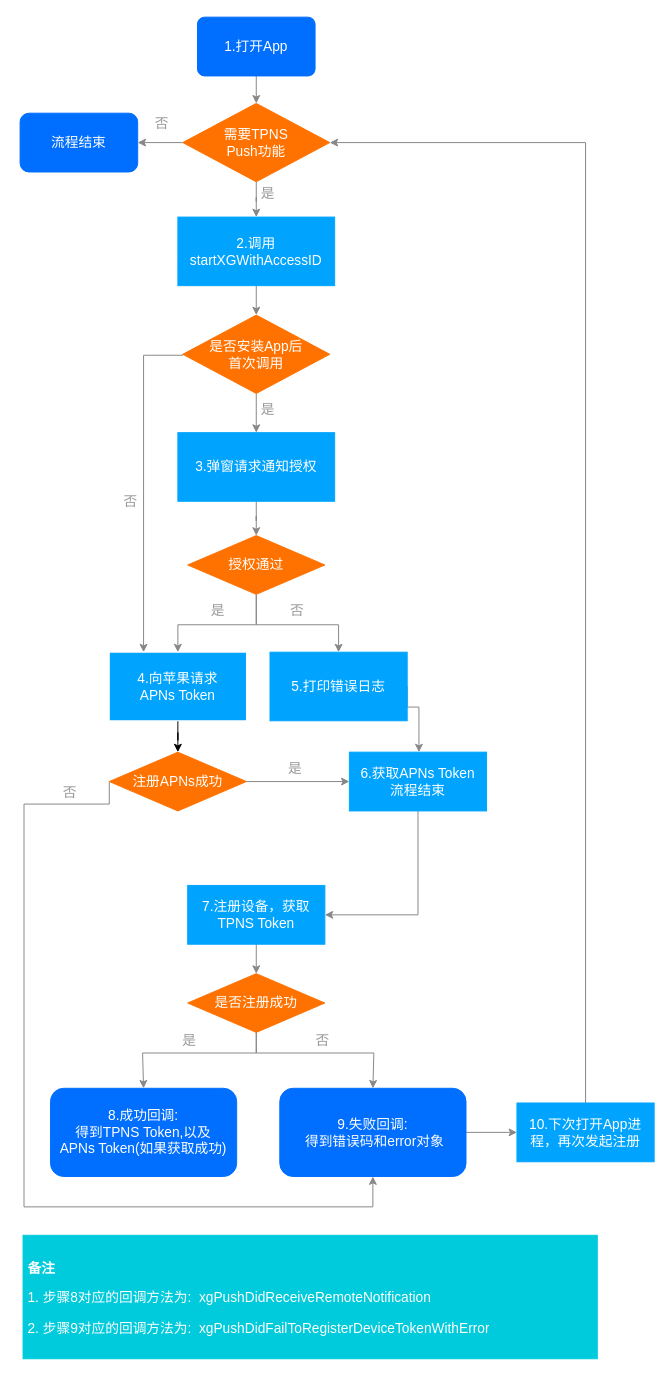
Above: register.drawio in muyanbiao/tpnsFlowChart (draw.io), before the change. Source tidied: cells renumbered, new cells numbered last; positions are measured from the earlier drawing's top-left corner, leaving out a move shared by most shapes. Both pictures are drawn from the tidied source at 98%, with x=0, y=0 at pixel (20, 17).
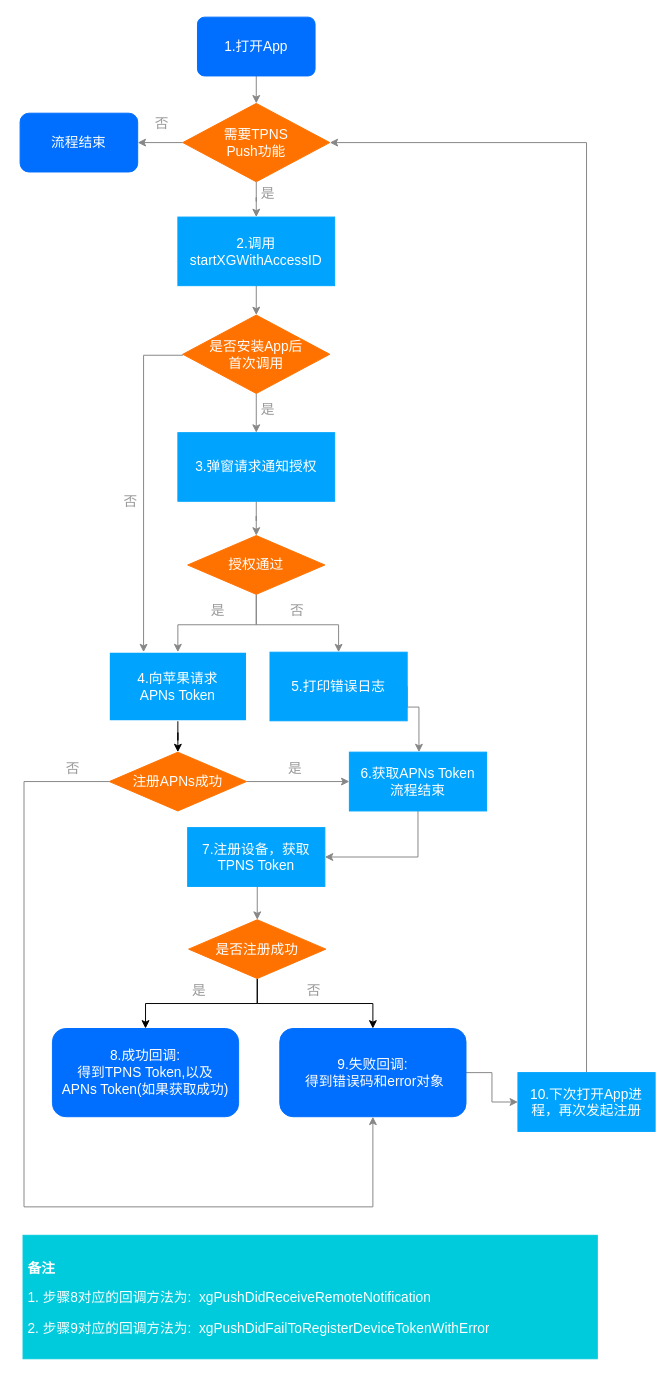
The same page after the edit.

Unchanged cells that the change refers to:
```xml
<mxCell id="42" value="注册APNs成功" style="rhombus;whiteSpace=wrap;html=1;fillColor=#FF7200;strokeColor=#FF7200;fontColor=#FFFFFF;fontSize=14;" parent="1" vertex="1">
  <mxGeometry x="91" y="750" width="140" height="60" as="geometry" />
</mxCell>
```

The edit, as a diff of the source:
```diff
@@
     <mxCell id="22" value="7.注册设备，获取&lt;br&gt;TPNS Token" style="rounded=0;whiteSpace=wrap;html=1;fillColor=#00A4FF;strokeColor=#00A4FF;fontColor=#FFFFFF;fontSize=14;" parent="1" vertex="1">
-      <mxGeometry x="171" y="886" width="140" height="60" as="geometry" />
+      <mxGeometry x="171" y="827" width="140" height="60" as="geometry" />
     </mxCell>
@@
-    <mxCell id="28" style="edgeStyle=orthogonalEdgeStyle;rounded=0;jettySize=auto;html=1;exitX=0.5;exitY=1;exitDx=0;exitDy=0;entryX=0.5;entryY=0;entryDx=0;entryDy=0;strokeColor=#878787;" parent="1" edge="1" source="30" target="31">
-      <mxGeometry relative="1" as="geometry">
-        <Array as="points">
-          <mxPoint x="241" y="1057" />
-          <mxPoint x="125" y="1057" />
-        </Array>
-      </mxGeometry>
+    <mxCell id="28" style="edgeStyle=orthogonalEdgeStyle;rounded=0;jettySize=auto;html=1;entryX=0.5;entryY=0;entryDx=0;entryDy=0;fontSize=14;" parent="1" edge="1" source="30" target="31">
+      <mxGeometry relative="1" as="geometry" />
     </mxCell>
-    <mxCell id="29" style="edgeStyle=orthogonalEdgeStyle;rounded=0;jettySize=auto;html=1;exitX=0.5;exitY=1;exitDx=0;exitDy=0;entryX=0.5;entryY=0;entryDx=0;entryDy=0;strokeColor=#878787;" parent="1" edge="1" source="30" target="33">
-      <mxGeometry relative="1" as="geometry">
-        <Array as="points">
-          <mxPoint x="241" y="1057" />
-          <mxPoint x="361" y="1057" />
-        </Array>
-      </mxGeometry>
+    <mxCell id="29" style="edgeStyle=orthogonalEdgeStyle;rounded=0;jettySize=auto;html=1;fontSize=14;" parent="1" edge="1" source="30" target="33">
+      <mxGeometry relative="1" as="geometry" />
     </mxCell>
     <mxCell id="30" value="是否注册成功" style="rhombus;whiteSpace=wrap;html=1;fillColor=#FF7200;strokeColor=#FF7200;fontColor=#FFFFFF;fontSize=14;" parent="1" vertex="1">
-      <mxGeometry x="171" y="976" width="140" height="60" as="geometry" />
+      <mxGeometry x="172" y="921" width="140" height="60" as="geometry" />
     </mxCell>
     <mxCell id="31" value="&lt;font style=&quot;font-size: 14px&quot;&gt;8.成功回调: &lt;br style=&quot;font-size: 14px&quot;&gt;得到TPNS Token,以及&lt;br&gt;APNs Token(如果获取成功)&lt;/font&gt;" style="rounded=1;whiteSpace=wrap;html=1;fontColor=#FFFFFF;fillColor=#006EFF;strokeColor=#006EFF;fontSize=14;" parent="1" vertex="1">
-      <mxGeometry x="31" y="1093" width="190" height="90" as="geometry" />
+      <mxGeometry x="33" y="1032" width="190" height="90" as="geometry" />
     </mxCell>
@@
     <mxCell id="33" value="&lt;font style=&quot;font-size: 14px;&quot;&gt;9.失败回调:&lt;br style=&quot;font-size: 14px;&quot;&gt;&amp;nbsp;得到错误码和error对象&lt;/font&gt;" style="rounded=1;whiteSpace=wrap;html=1;fontColor=#FFFFFF;fillColor=#006EFF;strokeColor=#006EFF;fontSize=14;horizontal=1;verticalAlign=middle;" parent="1" vertex="1">
-      <mxGeometry x="265" y="1093" width="190" height="90" as="geometry" />
+      <mxGeometry x="265" y="1032" width="190" height="90" as="geometry" />
     </mxCell>
@@
     <mxCell id="35" value="10.下次打开App进&lt;br&gt;程，再次发起注册" style="rounded=0;whiteSpace=wrap;html=1;fontColor=#FFFFFF;fillColor=#00A4FF;strokeColor=#00A4FF;fontSize=14;" parent="1" vertex="1">
-      <mxGeometry x="507" y="1108" width="140" height="60" as="geometry" />
+      <mxGeometry x="508" y="1077" width="140" height="60" as="geometry" />
     </mxCell>
@@
     <mxCell id="38" value="是" style="text;html=1;strokeColor=none;fillColor=none;align=center;verticalAlign=middle;whiteSpace=wrap;rounded=0;fontColor=#999999;fontSize=14;" parent="1" vertex="1">
-      <mxGeometry x="161" y="1032" width="24" height="24" as="geometry" />
+      <mxGeometry x="171" y="981" width="24" height="24" as="geometry" />
     </mxCell>
     <mxCell id="39" value="否" style="text;html=1;strokeColor=none;fillColor=none;align=center;verticalAlign=middle;whiteSpace=wrap;rounded=0;fontColor=#999999;fontSize=14;" parent="1" vertex="1">
-      <mxGeometry x="297" y="1032" width="24" height="24" as="geometry" />
+      <mxGeometry x="288" y="981" width="24" height="24" as="geometry" />
     </mxCell>
     <mxCell id="40" style="edgeStyle=orthogonalEdgeStyle;rounded=0;jettySize=auto;html=1;entryX=0.5;entryY=1;entryDx=0;entryDy=0;strokeColor=#878787;exitX=0;exitY=0.5;exitDx=0;exitDy=0;" parent="1" edge="1" source="42" target="33">
       <mxGeometry relative="1" as="geometry">
         <Array as="points">
-          <mxPoint x="4" y="803" />
+          <mxPoint x="4" y="780" />
           <mxPoint x="4" y="1214" />
           <mxPoint x="360" y="1214" />
         </Array>
       </mxGeometry>
     </mxCell>
@@
     <mxCell id="43" value="否" style="text;html=1;strokeColor=none;fillColor=none;align=center;verticalAlign=middle;whiteSpace=wrap;rounded=0;fontColor=#999999;fontSize=14;" parent="1" vertex="1">
-      <mxGeometry x="39" y="779" width="24" height="24" as="geometry" />
+      <mxGeometry x="42" y="755" width="24" height="24" as="geometry" />
     </mxCell>
```
